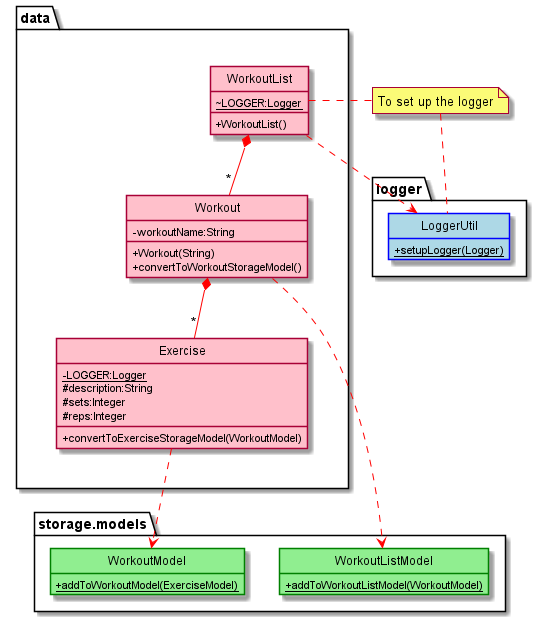
Above: docs/umldg/DataClassDiagram.png in nus-cs2113-AY2122S1/tp (PlantUML), before the change.
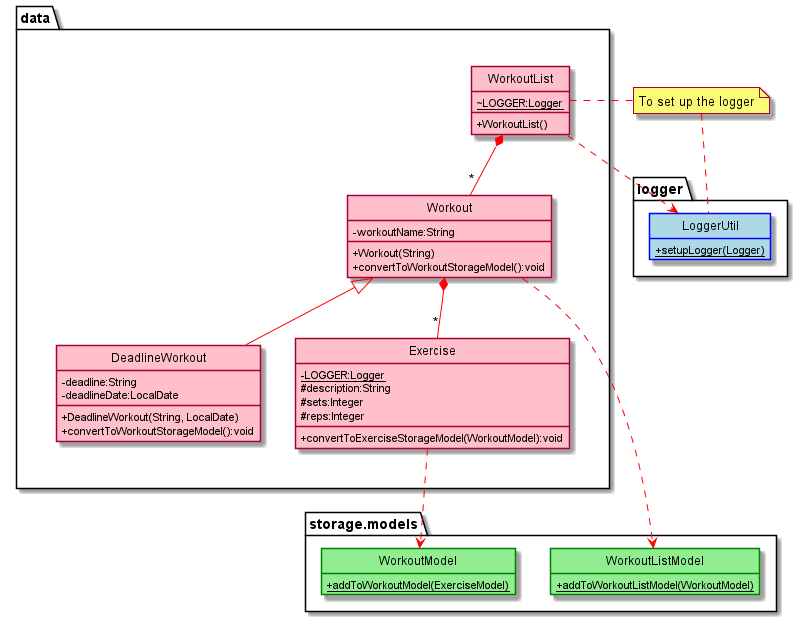
After the change.

Commit message:
Update class diagram for Deadline Workout

The edit, as a diff of the source:
```diff
@@ -16,14 +16,20 @@
 class Workout {
 -workoutName:String
 +Workout(String)
-+convertToWorkoutStorageModel()
++convertToWorkoutStorageModel():void
+}
+class DeadlineWorkout {
+-deadline:String
+-deadlineDate:LocalDate
++DeadlineWorkout(String, LocalDate)
++convertToWorkoutStorageModel():void
 }
 class Exercise {
 -LOGGER:Logger {static}
 #description:String
 #sets:Integer
 #reps:Integer
-+convertToExerciseStorageModel(WorkoutModel)
++convertToExerciseStorageModel(WorkoutModel):void
 }
 }
 }
@@ -45,6 +51,7 @@
 WorkoutList .right.> LoggerUtil
 WorkoutList .right. N1
 N1 .. LoggerUtil
+Workout <|-- DeadlineWorkout
 Workout ..> WorkoutListModel
 Exercise ..> WorkoutModel
 Workout *-- "*" Exercise
```
